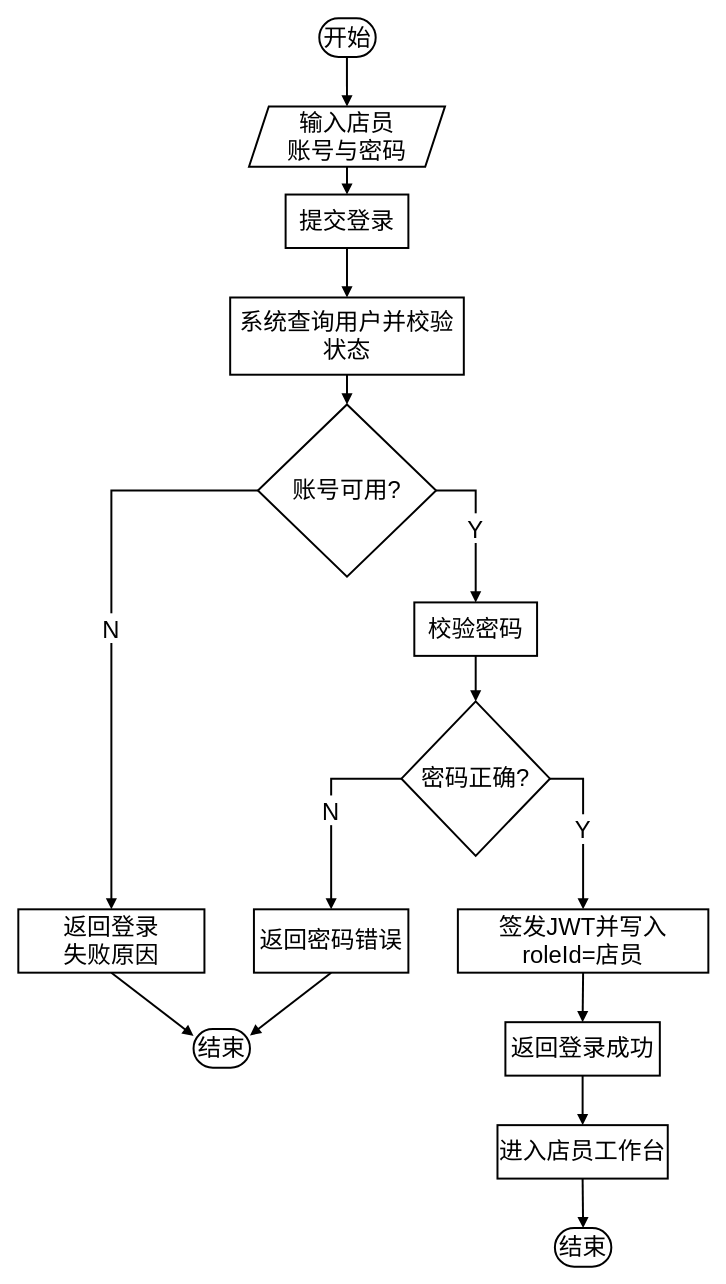
Before: 店员登录功能流程图.drawio in LichCarlos/darwIo, a draw.io diagram. Source tidied: cells renumbered, new cells numbered last; positions are measured from the earlier drawing's top-left corner, leaving out a move shared by most shapes. Both pictures are drawn from the tidied source at 99%, with x=0, y=0 at pixel (18, -307).
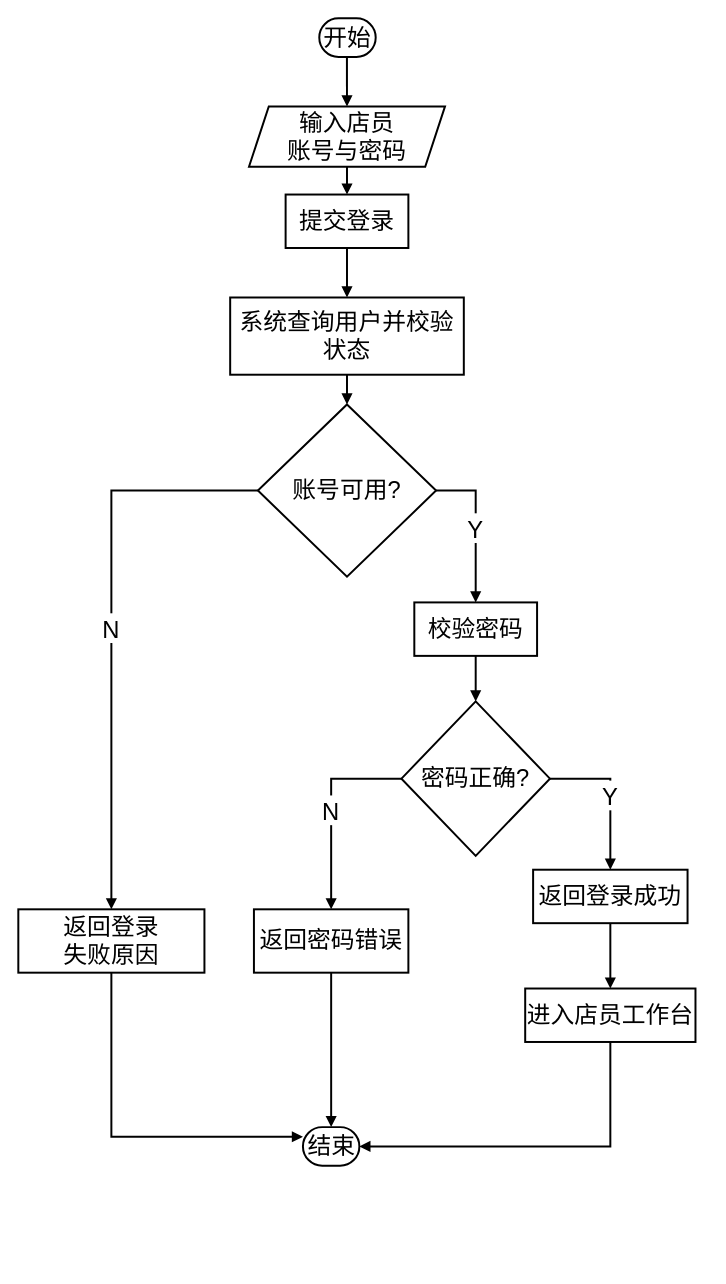
After the change.

Commit message:
更新店员登录功能流程图.drawio

The change refers to these unchanged cells:
```xml
<mxCell id="10" value="返回登录&#10;失败原因" style="whiteSpace=wrap;strokeWidth=2;fontSize=24;" parent="1" vertex="1">
  <mxGeometry y="1228" width="188" height="64" as="geometry" />
</mxCell>
<mxCell id="13" value="密码正确?" style="rhombus;strokeWidth=2;whiteSpace=wrap;fontSize=24;" parent="1" vertex="1">
  <mxGeometry x="387" y="1018" width="150" height="156" as="geometry" />
</mxCell>
<mxCell id="14" value="返回密码错误" style="whiteSpace=wrap;strokeWidth=2;fontSize=24;" parent="1" vertex="1">
  <mxGeometry x="238" y="1228" width="156" height="64" as="geometry" />
</mxCell>
```

Change to the diagram source:
```diff
@@
-    <mxCell id="11" value="结束" style="rounded=1;whiteSpace=wrap;arcSize=50;strokeWidth=2;fontSize=24;" parent="1" vertex="1">
-      <mxGeometry x="177" y="1349" width="57" height="39" as="geometry" />
-    </mxCell>
@@
-    <mxCell id="15" value="签发JWT并写入&#10;roleId=店员" style="whiteSpace=wrap;strokeWidth=2;fontSize=24;" parent="1" vertex="1">
-      <mxGeometry x="444" y="1228" width="253" height="64" as="geometry" />
-    </mxCell>
     <mxCell id="16" value="返回登录成功" style="whiteSpace=wrap;strokeWidth=2;fontSize=24;" parent="1" vertex="1">
-      <mxGeometry x="492" y="1342" width="156" height="54" as="geometry" />
+      <mxGeometry x="520" y="1188" width="156" height="54" as="geometry" />
     </mxCell>
     <mxCell id="17" value="进入店员工作台" style="whiteSpace=wrap;strokeWidth=2;fontSize=24;" parent="1" vertex="1">
-      <mxGeometry x="484" y="1446" width="172" height="54" as="geometry" />
+      <mxGeometry x="512" y="1308" width="172" height="54" as="geometry" />
     </mxCell>
     <mxCell id="18" value="结束" style="rounded=1;whiteSpace=wrap;arcSize=50;strokeWidth=2;fontSize=24;" parent="1" vertex="1">
-      <mxGeometry x="542" y="1550" width="57" height="39" as="geometry" />
+      <mxGeometry x="287.5" y="1448" width="57" height="39" as="geometry" />
     </mxCell>
@@
-    <mxCell id="24" style="startArrow=none;endArrow=block;strokeWidth=2;exitX=0.5;exitY=1;entryX=-0.01;entryY=0.17;rounded=0;fontSize=24;" parent="1" edge="1" source="10" target="11">
+    <mxCell id="24" style="startArrow=none;endArrow=block;strokeWidth=2;exitX=0.5;exitY=1;entryX=0;entryY=0.25;rounded=0;fontSize=24;entryDx=0;entryDy=0;edgeStyle=orthogonalEdgeStyle;" parent="1" edge="1" source="10" target="18">
       <mxGeometry relative="1" as="geometry" />
     </mxCell>
@@
-    <mxCell id="28" style="startArrow=none;endArrow=block;strokeWidth=2;exitX=0.5;exitY=1;entryX=0.99;entryY=0.17;rounded=0;fontSize=24;" parent="1" edge="1" source="14" target="11">
+    <mxCell id="28" style="startArrow=none;endArrow=block;strokeWidth=2;exitX=0.5;exitY=1;entryX=0.5;entryY=0;rounded=0;fontSize=24;entryDx=0;entryDy=0;" parent="1" edge="1" source="14" target="18">
       <mxGeometry relative="1" as="geometry" />
     </mxCell>
-    <mxCell id="29" value="Y" style="startArrow=none;endArrow=block;strokeWidth=2;exitX=1;exitY=0.5;entryX=0.5;entryY=0;rounded=0;fontSize=24;exitDx=0;exitDy=0;edgeStyle=orthogonalEdgeStyle;" parent="1" edge="1" source="13" target="15">
+    <mxCell id="29" value="Y" style="startArrow=none;endArrow=block;strokeWidth=2;exitX=1;exitY=0.5;entryX=0.5;entryY=0;rounded=0;fontSize=24;exitDx=0;exitDy=0;edgeStyle=orthogonalEdgeStyle;entryDx=0;entryDy=0;" parent="1" edge="1" source="13" target="16">
       <mxGeometry relative="1" as="geometry" />
     </mxCell>
-    <mxCell id="30" style="curved=1;startArrow=none;endArrow=block;strokeWidth=2;exitX=0.5;exitY=1;entryX=0.5;entryY=0;rounded=0;fontSize=24;" parent="1" edge="1" source="15" target="16">
-      <mxGeometry relative="1" as="geometry" />
-    </mxCell>
@@
-    <mxCell id="32" style="curved=1;startArrow=none;endArrow=block;strokeWidth=2;exitX=0.5;exitY=1;entryX=0.5;entryY=-0.01;rounded=0;fontSize=24;" parent="1" edge="1" source="17" target="18">
+    <mxCell id="32" style="startArrow=none;endArrow=block;strokeWidth=2;exitX=0.5;exitY=1;entryX=1;entryY=0.5;rounded=0;fontSize=24;entryDx=0;entryDy=0;edgeStyle=orthogonalEdgeStyle;" parent="1" edge="1" source="17" target="18">
       <mxGeometry relative="1" as="geometry" />
     </mxCell>
```
